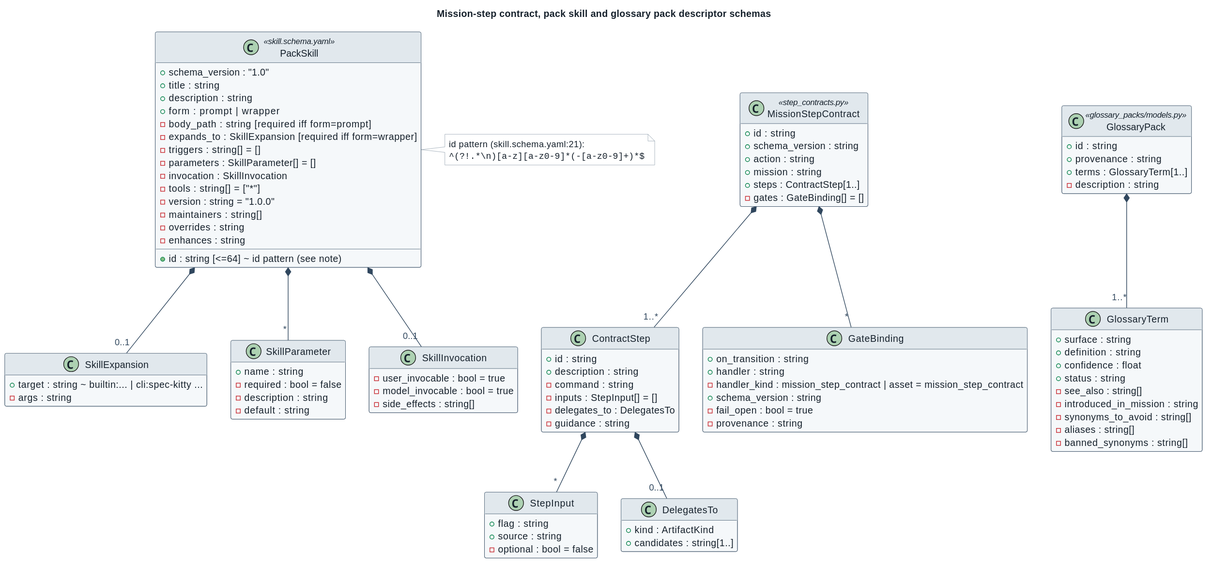
Above: docs/architecture/diagrams/descriptor-mission-skill-glossary.svg in spec-kitty/spec-kitty-charter (PlantUML), before the change.
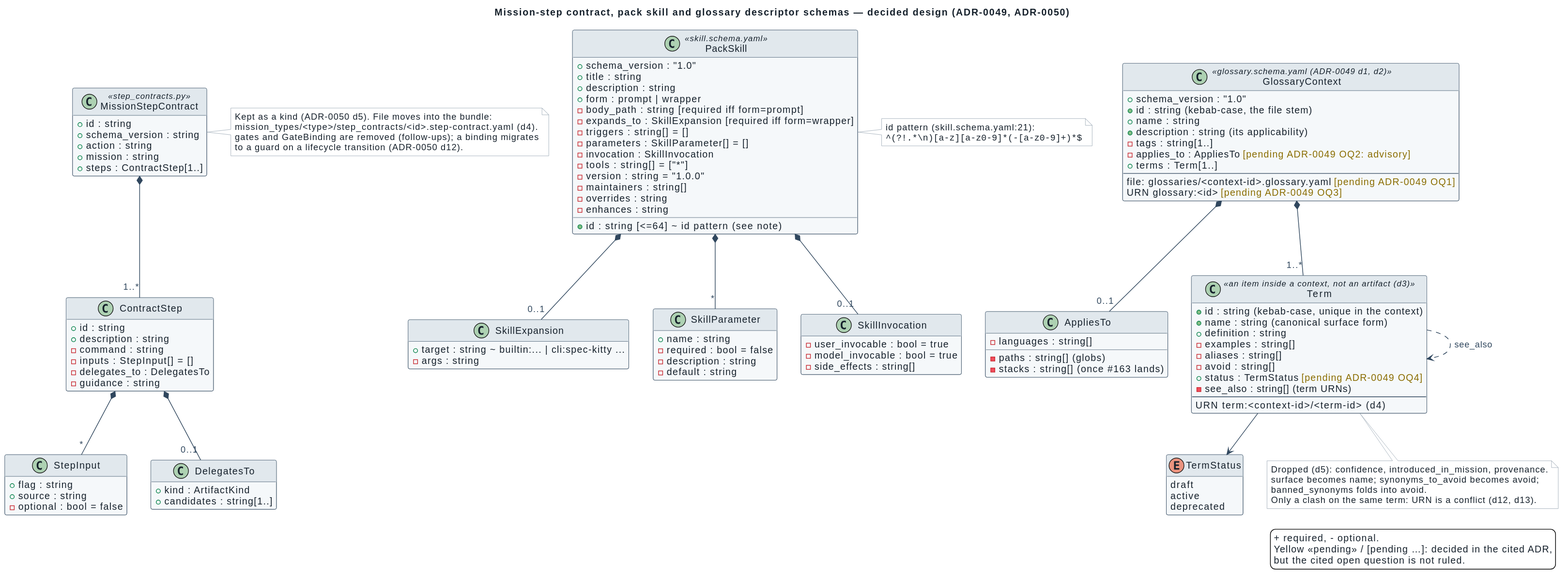
The same diagram one commit later.

Commit message:
docs(diagrams): doctrine, glossary and mission-type diagrams in the decided design

The edit, as a diff of the source:
```diff
@@ -1,6 +1,6 @@
 @startuml
 !include _style.iuml
-title Mission-step contract, pack skill and glossary pack descriptor schemas
+title Mission-step contract, pack skill and glossary descriptor schemas — decided design (ADR-0049, ADR-0050)
 
 class MissionStepContract <<step_contracts.py>> {
   + id : string
@@ -8,8 +8,13 @@
   + action : string
   + mission : string
   + steps : ContractStep[1..]
-  - gates : GateBinding[] = []
 }
+note right of MissionStepContract
+  Kept as a kind (ADR-0050 d5). File moves into the bundle:
+  mission_types/<type>/step_contracts/<id>.step-contract.yaml (d4).
+  gates and GateBinding are removed (follow-ups); a binding migrates
+  to a guard on a lifecycle transition (ADR-0050 d12).
+end note
 class ContractStep {
   + id : string
   + description : string
@@ -27,16 +32,7 @@
   + kind : ArtifactKind
   + candidates : string[1..]
 }
-class GateBinding {
-  + on_transition : string
-  + handler : string
-  - handler_kind : mission_step_contract | asset = mission_step_contract
-  + schema_version : string
-  - fail_open : bool = true
-  - provenance : string
-}
 MissionStepContract *-- "1..*" ContractStep
-MissionStepContract *-- "*" GateBinding
 ContractStep *-- "*" StepInput
 ContractStep *-- "0..1" DelegatesTo
 
@@ -76,26 +72,57 @@
 PackSkill *-- "*" SkillParameter
 PackSkill *-- "0..1" SkillInvocation
 
-class GlossaryPack <<glossary_packs/models.py>> {
-  + id : string
-  + provenance : string
-  + terms : GlossaryTerm[1..]
-  - description : string
+class GlossaryContext <<glossary.schema.yaml (ADR-0049 d1, d2)>> {
+  + schema_version : "1.0"
+  + id : string (kebab-case, the file stem)
+  + name : string
+  + description : string (its applicability)
+  - tags : string[1..]
+  - applies_to : AppliesTo <color:#8A6D00>[pending ADR-0049 OQ2: advisory]</color>
+  + terms : Term[1..]
+  --
+  file: glossaries/<context-id>.glossary.yaml <color:#8A6D00>[pending ADR-0049 OQ1]</color>
+  URN glossary:<id> <color:#8A6D00>[pending ADR-0049 OQ3]</color>
 }
-class GlossaryTerm {
-  + surface : string
+class AppliesTo {
+  - paths : string[] (globs)
+  - languages : string[]
+  - stacks : string[] (once #163 lands)
+}
+class Term <<an item inside a context, not an artifact (d3)>> {
+  + id : string (kebab-case, unique in the context)
+  + name : string (canonical surface form)
   + definition : string
-  + confidence : float
-  + status : string
-  - see_also : string[]
-  - introduced_in_mission : string
-  - synonyms_to_avoid : string[]
+  - examples : string[]
   - aliases : string[]
-  - banned_synonyms : string[]
+  - avoid : string[]
+  + status : TermStatus <color:#8A6D00>[pending ADR-0049 OQ4]</color>
+  - see_also : string[] (term URNs)
+  --
+  URN term:<context-id>/<term-id> (d4)
 }
-GlossaryPack *-- "1..*" GlossaryTerm
+enum TermStatus {
+  draft
+  active
+  deprecated
+}
+GlossaryContext *-- "1..*" Term
+GlossaryContext *-- "0..1" AppliesTo
+Term --> TermStatus
+Term ..> Term : see_also
+note bottom of Term
+  Dropped (d5): confidence, introduced_in_mission, provenance.
+  surface becomes name; synonyms_to_avoid becomes avoid;
+  banned_synonyms folds into avoid.
+  Only a clash on the same term: URN is a conflict (d12, d13).
+end note
 note right of PackSkill
   id pattern (skill.schema.yaml:21):
   ""^(?!.*<U+005C>n)[a-z][a-z0-9]*(-[a-z0-9]+)*$""
 end note
+legend right
+  + required, - optional.
+  Yellow <<pending>> / [pending …]: decided in the cited ADR,
+  but the cited open question is not ruled.
+endlegend
 @enduml
```
